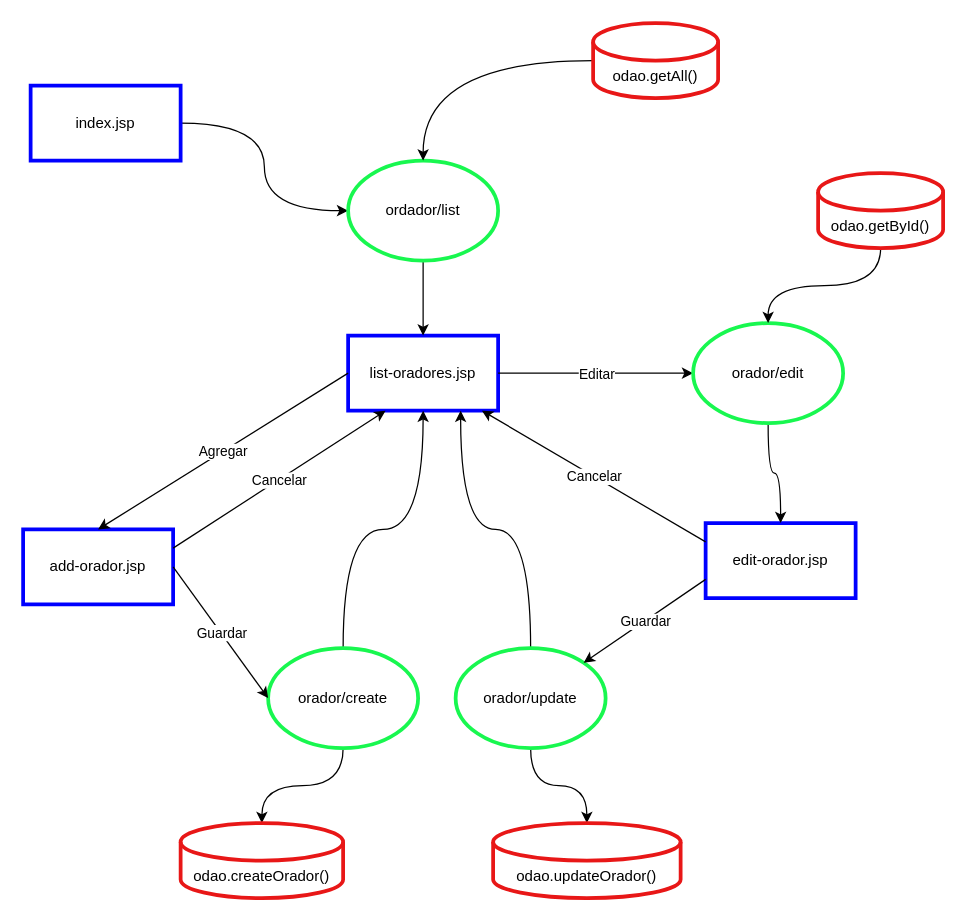
Above: crud-orador-model.drawio in gcasado0/cac-java-web (draw.io), before the change. Source tidied: cells renumbered, new cells numbered last; positions are measured from the earlier drawing's top-left corner, leaving out a move shared by most shapes. Both pictures are drawn from the tidied source at 125%, with x=0, y=0 at pixel (22, 22).
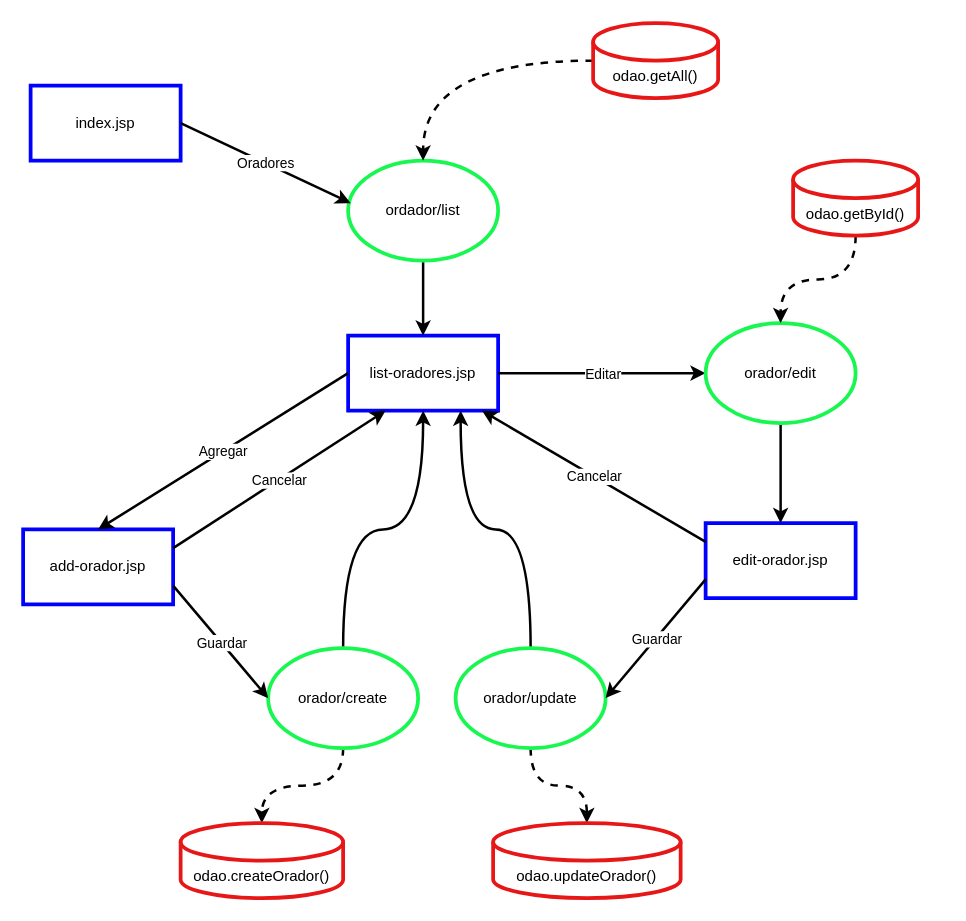
The same page after the edit.

The change refers to these unchanged cells:
```xml
<mxCell id="3" value="index.jsp" style="rounded=0;whiteSpace=wrap;html=1;strokeColor=#0000FF;strokeWidth=3;" parent="1" vertex="1">
  <mxGeometry x="6" y="50" width="120" height="60" as="geometry" />
</mxCell>
<mxCell id="4" value="list-oradores.jsp" style="rounded=0;whiteSpace=wrap;html=1;strokeColor=#0000FF;strokeWidth=3;" parent="1" vertex="1">
  <mxGeometry x="260" y="250" width="120" height="60" as="geometry" />
</mxCell>
<mxCell id="6" value="ordador/list" style="ellipse;whiteSpace=wrap;html=1;strokeWidth=3;strokeColor=#18f74f;" parent="1" vertex="1">
  <mxGeometry x="260" y="110" width="120" height="80" as="geometry" />
</mxCell>
<mxCell id="7" value="add-orador.jsp" style="rounded=0;whiteSpace=wrap;html=1;strokeColor=#0000FF;strokeWidth=3;" parent="1" vertex="1">
  <mxGeometry y="405" width="120" height="60" as="geometry" />
</mxCell>
<mxCell id="10" value="orador/create" style="ellipse;whiteSpace=wrap;html=1;strokeWidth=3;strokeColor=#18f74f;" parent="1" vertex="1">
  <mxGeometry x="196" y="500" width="120" height="80" as="geometry" />
</mxCell>
<mxCell id="13" value="odao.createOrador()" style="shape=cylinder3;whiteSpace=wrap;html=1;boundedLbl=1;backgroundOutline=1;size=15;strokeWidth=3;strokeColor=#e81717;" parent="1" vertex="1">
  <mxGeometry x="126" y="640" width="130" height="60" as="geometry" />
</mxCell>
<mxCell id="18" value="edit-orador.jsp" style="rounded=0;whiteSpace=wrap;html=1;strokeColor=#0000FF;strokeWidth=3;" parent="1" vertex="1">
  <mxGeometry x="546" y="400" width="120" height="60" as="geometry" />
</mxCell>
<mxCell id="29" value="orador/update" style="ellipse;whiteSpace=wrap;html=1;strokeWidth=3;strokeColor=#18f74f;" parent="1" vertex="1">
  <mxGeometry x="346" y="500" width="120" height="80" as="geometry" />
</mxCell>
<mxCell id="32" value="odao.updateOrador()" style="shape=cylinder3;whiteSpace=wrap;html=1;boundedLbl=1;backgroundOutline=1;size=15;strokeWidth=3;strokeColor=#e81717;" parent="1" vertex="1">
  <mxGeometry x="376" y="640" width="150" height="60" as="geometry" />
</mxCell>
<mxCell id="34" value="odao.getAll()" style="shape=cylinder3;whiteSpace=wrap;html=1;boundedLbl=1;backgroundOutline=1;size=15;strokeWidth=3;strokeColor=#e81717;" parent="1" vertex="1">
  <mxGeometry x="456" width="100" height="60" as="geometry" />
</mxCell>
```

The edit, as a diff of the source:
```diff
@@
-    <mxCell id="2" style="edgeStyle=orthogonalEdgeStyle;jettySize=auto;html=1;curved=1;" parent="1" edge="1" source="3" target="6">
-      <mxGeometry relative="1" as="geometry" />
-    </mxCell>
@@
-    <mxCell id="5" style="edgeStyle=orthogonalEdgeStyle;curved=1;jettySize=auto;html=1;entryX=0.5;entryY=0;entryDx=0;entryDy=0;" parent="1" edge="1" source="6" target="4">
+    <mxCell id="5" style="edgeStyle=orthogonalEdgeStyle;curved=1;jettySize=auto;html=1;entryX=0.5;entryY=0;entryDx=0;entryDy=0;strokeWidth=2;" parent="1" edge="1" source="6" target="4">
       <mxGeometry relative="1" as="geometry" />
     </mxCell>
@@
-    <mxCell id="8" style="edgeStyle=orthogonalEdgeStyle;curved=1;jettySize=auto;html=1;entryX=0.5;entryY=1;entryDx=0;entryDy=0;" parent="1" edge="1" source="10" target="4">
+    <mxCell id="8" style="edgeStyle=orthogonalEdgeStyle;curved=1;jettySize=auto;html=1;entryX=0.5;entryY=1;entryDx=0;entryDy=0;strokeWidth=2;" parent="1" edge="1" source="10" target="4">
       <mxGeometry relative="1" as="geometry" />
     </mxCell>
-    <mxCell id="9" style="edgeStyle=orthogonalEdgeStyle;curved=1;jettySize=auto;html=1;" parent="1" edge="1" source="10" target="13">
+    <mxCell id="9" style="edgeStyle=orthogonalEdgeStyle;curved=1;jettySize=auto;html=1;strokeWidth=2;dashed=1;" parent="1" edge="1" source="10" target="13">
       <mxGeometry relative="1" as="geometry" />
     </mxCell>
@@
-    <mxCell id="11" style="endArrow=classic;html=1;curved=1;exitX=1;exitY=0.5;exitDx=0;exitDy=0;entryX=0;entryY=0.5;entryDx=0;entryDy=0;" parent="1" edge="1" source="7" target="10">
+    <mxCell id="11" style="endArrow=classic;html=1;curved=1;exitX=1;exitY=0.75;exitDx=0;exitDy=0;entryX=0;entryY=0.5;entryDx=0;entryDy=0;strokeWidth=2;" parent="1" edge="1" source="7" target="10">
       <mxGeometry relative="1" as="geometry" />
     </mxCell>
@@
-    <mxCell id="14" style="endArrow=classic;html=1;curved=1;exitX=1;exitY=0.25;exitDx=0;exitDy=0;entryX=0.25;entryY=1;entryDx=0;entryDy=0;" parent="1" edge="1" source="7" target="4">
+    <mxCell id="14" style="endArrow=classic;html=1;curved=1;exitX=1;exitY=0.25;exitDx=0;exitDy=0;entryX=0.25;entryY=1;entryDx=0;entryDy=0;strokeWidth=2;" parent="1" edge="1" source="7" target="4">
       <mxGeometry relative="1" as="geometry" />
     </mxCell>
@@
-    <mxCell id="16" style="endArrow=classic;html=1;curved=1;entryX=0.5;entryY=0;entryDx=0;entryDy=0;exitX=0;exitY=0.5;exitDx=0;exitDy=0;" parent="1" edge="1" source="4" target="7">
+    <mxCell id="16" style="endArrow=classic;html=1;curved=1;entryX=0.5;entryY=0;entryDx=0;entryDy=0;exitX=0;exitY=0.5;exitDx=0;exitDy=0;strokeWidth=2;" parent="1" edge="1" source="4" target="7">
       <mxGeometry relative="1" as="geometry" />
     </mxCell>
@@
-    <mxCell id="19" style="endArrow=classic;html=1;curved=1;entryX=0;entryY=0.5;entryDx=0;entryDy=0;" parent="1" edge="1" source="4" target="22">
+    <mxCell id="19" style="endArrow=classic;html=1;curved=1;entryX=0;entryY=0.5;entryDx=0;entryDy=0;strokeWidth=2;" parent="1" edge="1" source="4" target="22">
       <mxGeometry relative="1" as="geometry" />
     </mxCell>
@@
-    <mxCell id="21" style="edgeStyle=orthogonalEdgeStyle;curved=1;jettySize=auto;html=1;entryX=0.5;entryY=0;entryDx=0;entryDy=0;" parent="1" edge="1" source="22" target="18">
+    <mxCell id="21" style="edgeStyle=orthogonalEdgeStyle;curved=1;jettySize=auto;html=1;entryX=0.5;entryY=0;entryDx=0;entryDy=0;strokeWidth=2;" parent="1" edge="1" source="22" target="18">
       <mxGeometry relative="1" as="geometry" />
     </mxCell>
     <mxCell id="22" value="orador/edit" style="ellipse;whiteSpace=wrap;html=1;strokeWidth=3;strokeColor=#18f74f;" parent="1" vertex="1">
-      <mxGeometry x="536" y="240" width="120" height="80" as="geometry" />
+      <mxGeometry x="546" y="240" width="120" height="80" as="geometry" />
     </mxCell>
-    <mxCell id="23" style="endArrow=classic;html=1;curved=1;entryX=0.892;entryY=1;entryDx=0;entryDy=0;entryPerimeter=0;exitX=0;exitY=0.25;exitDx=0;exitDy=0;" parent="1" edge="1" source="18" target="4">
+    <mxCell id="23" style="endArrow=classic;html=1;curved=1;entryX=0.892;entryY=1;entryDx=0;entryDy=0;entryPerimeter=0;exitX=0;exitY=0.25;exitDx=0;exitDy=0;strokeWidth=2;" parent="1" edge="1" source="18" target="4">
       <mxGeometry relative="1" as="geometry" />
     </mxCell>
@@
-    <mxCell id="25" style="edgeStyle=orthogonalEdgeStyle;curved=1;jettySize=auto;html=1;" parent="1" edge="1" source="26" target="22">
+    <mxCell id="25" style="edgeStyle=orthogonalEdgeStyle;curved=1;jettySize=auto;html=1;dashed=1;strokeWidth=2;" parent="1" edge="1" source="26" target="22">
       <mxGeometry relative="1" as="geometry" />
     </mxCell>
     <mxCell id="26" value="odao.getById()" style="shape=cylinder3;whiteSpace=wrap;html=1;boundedLbl=1;backgroundOutline=1;size=15;strokeWidth=3;strokeColor=#e81717;" parent="1" vertex="1">
-      <mxGeometry x="636" y="120" width="100" height="60" as="geometry" />
+      <mxGeometry x="616" y="110" width="100" height="60" as="geometry" />
     </mxCell>
-    <mxCell id="27" style="edgeStyle=orthogonalEdgeStyle;curved=1;jettySize=auto;html=1;entryX=0.5;entryY=0;entryDx=0;entryDy=0;entryPerimeter=0;" parent="1" edge="1" source="29" target="32">
+    <mxCell id="27" style="edgeStyle=orthogonalEdgeStyle;curved=1;jettySize=auto;html=1;entryX=0.5;entryY=0;entryDx=0;entryDy=0;entryPerimeter=0;dashed=1;strokeWidth=2;" parent="1" edge="1" source="29" target="32">
       <mxGeometry relative="1" as="geometry" />
     </mxCell>
-    <mxCell id="28" style="edgeStyle=orthogonalEdgeStyle;curved=1;jettySize=auto;html=1;entryX=0.75;entryY=1;entryDx=0;entryDy=0;" parent="1" edge="1" source="29" target="4">
+    <mxCell id="28" style="edgeStyle=orthogonalEdgeStyle;curved=1;jettySize=auto;html=1;entryX=0.75;entryY=1;entryDx=0;entryDy=0;strokeWidth=2;" parent="1" edge="1" source="29" target="4">
       <mxGeometry relative="1" as="geometry" />
     </mxCell>
@@
-    <mxCell id="30" style="endArrow=classic;html=1;curved=1;entryX=1;entryY=0;entryDx=0;entryDy=0;exitX=0;exitY=0.75;exitDx=0;exitDy=0;" parent="1" edge="1" source="18" target="29">
+    <mxCell id="30" style="endArrow=classic;html=1;curved=1;entryX=1;entryY=0.5;entryDx=0;entryDy=0;exitX=0;exitY=0.75;exitDx=0;exitDy=0;strokeWidth=2;" parent="1" edge="1" source="18" target="29">
       <mxGeometry relative="1" as="geometry" />
     </mxCell>
@@
-    <mxCell id="33" style="edgeStyle=orthogonalEdgeStyle;curved=1;jettySize=auto;html=1;entryX=0.5;entryY=0;entryDx=0;entryDy=0;" parent="1" edge="1" source="34" target="6">
+    <mxCell id="33" style="edgeStyle=orthogonalEdgeStyle;curved=1;jettySize=auto;html=1;entryX=0.5;entryY=0;entryDx=0;entryDy=0;strokeWidth=2;dashed=1;" parent="1" edge="1" source="34" target="6">
       <mxGeometry relative="1" as="geometry" />
     </mxCell>
@@
+    <mxCell id="2" style="endArrow=classic;html=1;curved=1;exitX=1;exitY=0.5;exitDx=0;exitDy=0;entryX=0.017;entryY=0.425;entryDx=0;entryDy=0;entryPerimeter=0;strokeWidth=2;" parent="1" edge="1" source="3" target="6">
+      <mxGeometry relative="1" as="geometry" />
+    </mxCell>
+    <mxCell id="35" value="Oradores" style="edgeLabel;html=1;align=center;verticalAlign=middle;strokeColor=#e81717;strokeWidth=3;" parent="2" vertex="1">
+      <mxGeometry relative="1" as="geometry" />
+    </mxCell>
```
